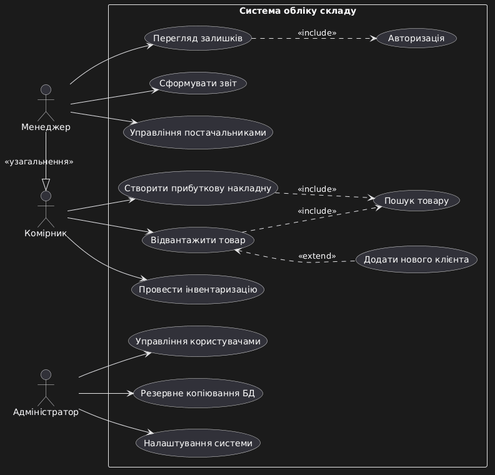
Above: docs/usecase.png in Arsen818/ci-cd-lab (PlantUML), before the change.
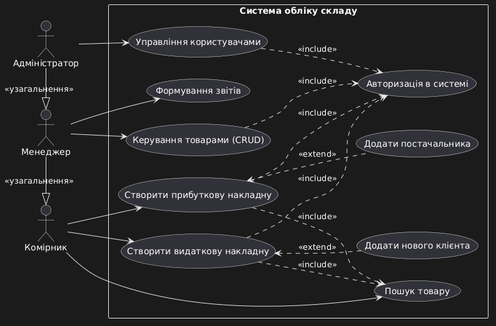
The same diagram one commit later.

Commit message:
Оновлено Use Case та Class діаграми

The edit, as a diff of the source:
```diff
@@ -5,40 +5,38 @@
 actor "Адміністратор" as AD
 
 rectangle "Система обліку складу" {
-  usecase "Авторизація" as UC_Login
+  usecase "Авторизація в системі" as UC_Login
 
+  usecase "Створити видаткову накладну" as UC_Out
   usecase "Створити прибуткову накладну" as UC_In
-  usecase "Відвантажити товар" as UC_Out
-  usecase "Провести інвентаризацію" as UC_Inv
+  usecase "Пошук товару" as UC_Search
+  usecase "Додати нового клієнта" as UC_NewClient
+  usecase "Додати постачальника" as UC_NewSupplier
 
-  usecase "Перегляд залишків" as UC_Stock
-  usecase "Сформувати звіт" as UC_Report
-  usecase "Управління постачальниками" as UC_Sup
+  usecase "Керування товарами (CRUD)" as UC_Products
+  usecase "Формування звітів" as UC_Report
 
   usecase "Управління користувачами" as UC_Users
-  usecase "Резервне копіювання БД" as UC_Backup
-  usecase "Налаштування системи" as UC_Settings
-
-  usecase "Пошук товару" as UC_Search
-  usecase "Додати нового клієнта" as UC_NewClient
 }
 
+MN -|> SK : <<узагальнення>>
+AD -|> MN : <<узагальнення>>
+
+SK --> UC_Out
 SK --> UC_In
-SK --> UC_Out
-SK --> UC_Inv
+SK --> UC_Search
 
-MN --> UC_Stock
+MN --> UC_Products
 MN --> UC_Report
-MN --> UC_Sup
+AD --> UC_Users
 
-AD --> UC_Users
-AD --> UC_Backup
-AD --> UC_Settings
+UC_Users ..> UC_Login : <<include>>
+UC_Out ..> UC_Search : <<include>>
+UC_In ..> UC_Search : <<include>>
+UC_Out ..> UC_Login : <<include>>
+UC_In ..> UC_Login : <<include>>
+UC_Products ..> UC_Login : <<include>>
 
-UC_In ..> UC_Search : <<include>>
-UC_Out ..> UC_Search : <<include>>
 UC_Out <.. UC_NewClient : <<extend>>
-UC_Stock ..> UC_Login : <<include>>
-
-MN -|> SK : <<узагальнення>>
+UC_In <.. UC_NewSupplier : <<extend>>
 @enduml
```
